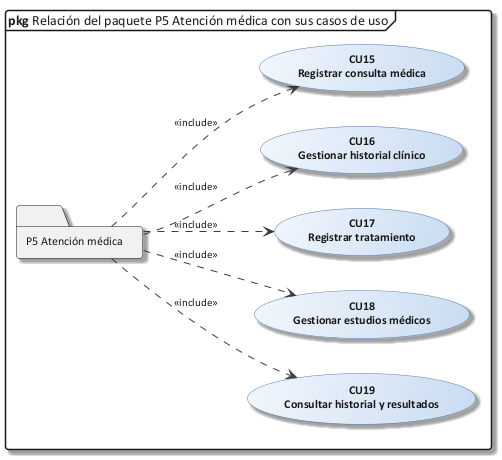
Before: Docs/diagramas/26_rel_p5.png, a diagram exported from PlantUML (Kato-001/nova-salud).
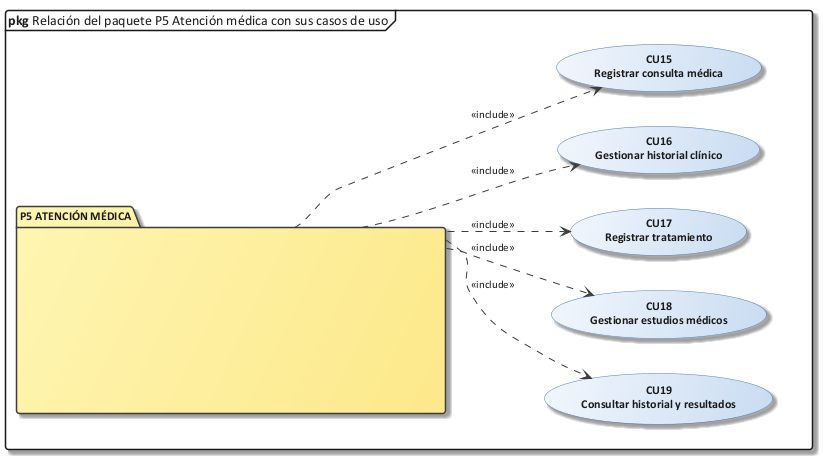
After the change.

The edit, as a diff of the source:
```diff
@@ -1,8 +1,17 @@
 @startuml 26_rel_p5
 !include C:/Users/Sergio Estaca Paco/Desktop/HeadSalud/Docs/diagramas/estilo_ea.iuml
+skinparam PackageBackgroundColor #FFF6B3/#FDE98A
 mainframe **pkg** Relación del paquete P5 Atención médica con sus casos de uso
 left to right direction
-folder "P5 Atención médica" as PK
+package "P5 ATENCIÓN MÉDICA" as PK {
+  skinparam rectangle<<oculto>> {
+    BackgroundColor transparent
+    BorderColor transparent
+    StereotypeFontSize 0
+    shadowing false
+  }
+  rectangle "<size:40>                                        </size>\n\n\n" <<oculto>> as X
+}
 usecase "CU15\nRegistrar consulta médica" as CU15
 PK ..> CU15 : <<include>>
 usecase "CU16\nGestionar historial clínico" as CU16
```
